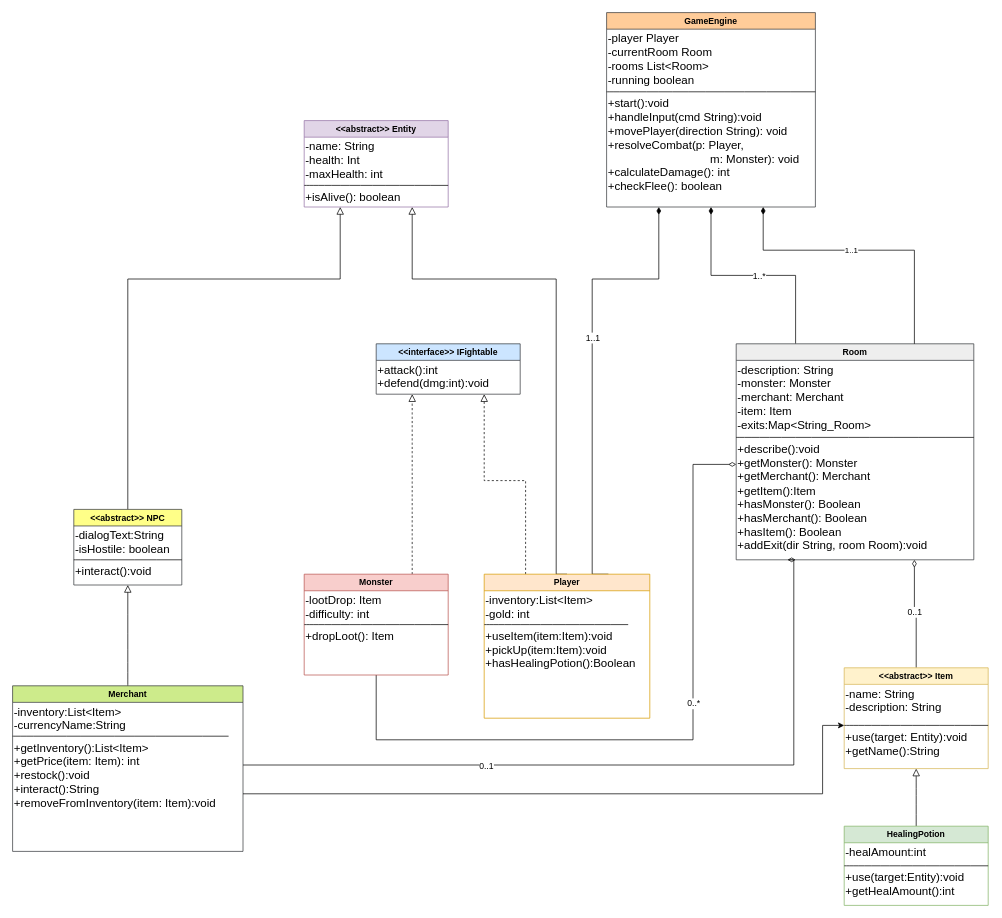
Above: Diagrams/DungeonAdventure_Klassendiagramm_Niels.drawio in V1perZerofy/uml_project (draw.io), before the change. Source tidied: cells renumbered, new cells numbered last; positions are measured from the earlier drawing's top-left corner, leaving out a move shared by most shapes. Both pictures are drawn from the tidied source at 72%, with x=0, y=0 at pixel (12, 12).
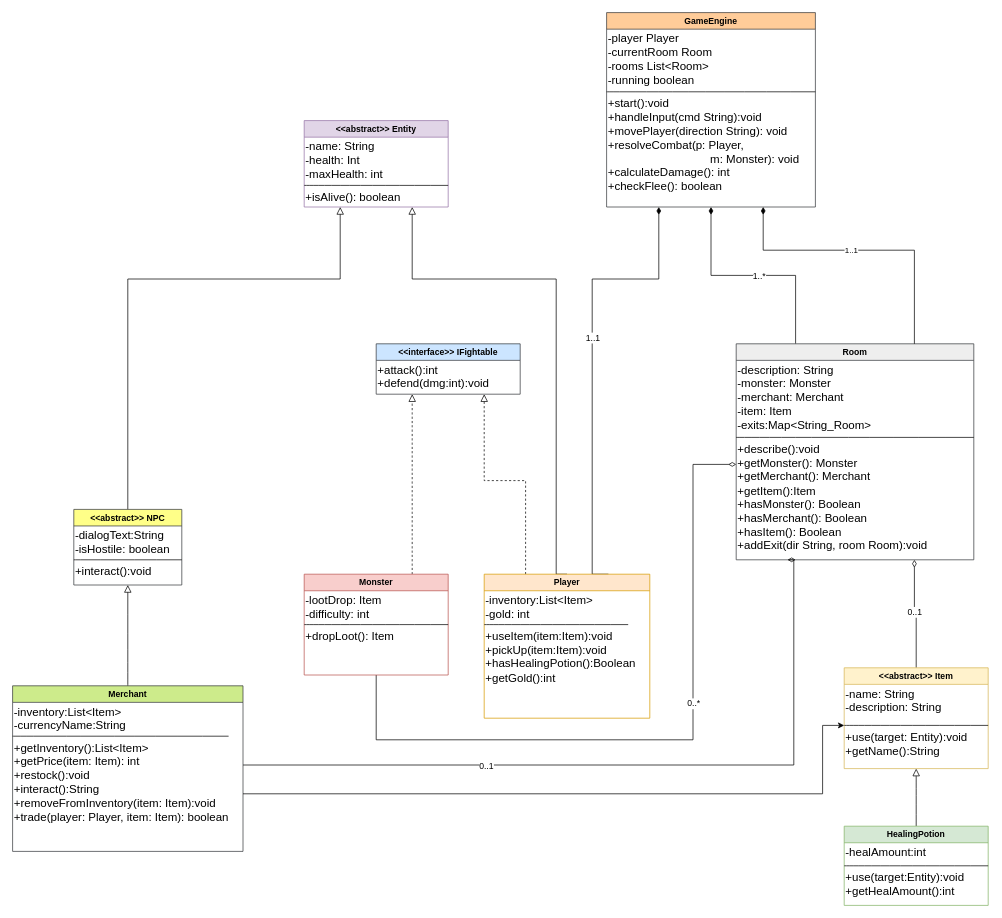
Above is the later version.

Commit message:
Removed Discrepancy between UML files

The change refers to these unchanged cells:
```xml
<mxCell id="17" value="Player" style="swimlane;whiteSpace=wrap;html=1;fillColor=#ffe6cc;strokeColor=#d79b00;" parent="1" vertex="1">
  <mxGeometry x="655" y="780" width="230" height="200" as="geometry" />
</mxCell>
<mxCell id="53" value="Merchant" style="swimlane;whiteSpace=wrap;html=1;fillColor=#cdeb8b;strokeColor=#36393d;" parent="1" vertex="1">
  <mxGeometry y="935" width="320" height="230" as="geometry" />
</mxCell>
```

Diff of the diagram source:
```diff
@@
-    <mxCell id="20" value="&lt;div&gt;+useItem(item:Item):void&lt;/div&gt;&lt;div&gt;+pickUp(item:Item):void&lt;/div&gt;&lt;div&gt;+hasHealingPotion():Boolean&lt;/div&gt;" style="text;html=1;whiteSpace=wrap;strokeColor=none;fillColor=none;align=left;verticalAlign=top;rounded=0;fontSize=16;" parent="17" vertex="1">
+    <mxCell id="20" value="&lt;div&gt;+useItem(item:Item):void&lt;/div&gt;&lt;div&gt;+pickUp(item:Item):void&lt;/div&gt;&lt;div&gt;+hasHealingPotion():Boolean&lt;/div&gt;&lt;div&gt;+getGold():int&lt;/div&gt;" style="text;html=1;whiteSpace=wrap;strokeColor=none;fillColor=none;align=left;verticalAlign=top;rounded=0;fontSize=16;" parent="17" vertex="1">
       <mxGeometry y="70" width="200" height="90" as="geometry" />
     </mxCell>
@@
-    <mxCell id="56" value="&lt;div&gt;+getInventory():List&amp;lt;Item&amp;gt;&lt;/div&gt;&lt;div&gt;+getPrice(item: Item): int&lt;/div&gt;&lt;div&gt;+restock():void&lt;/div&gt;&lt;div&gt;+interact():String&lt;/div&gt;&lt;div&gt;+removeFromInventory(item: Item):void&lt;/div&gt;" style="text;html=1;whiteSpace=wrap;strokeColor=none;fillColor=none;align=left;verticalAlign=top;rounded=0;fontSize=16;" parent="53" vertex="1">
+    <mxCell id="56" value="&lt;div&gt;+getInventory():List&amp;lt;Item&amp;gt;&lt;/div&gt;&lt;div&gt;+getPrice(item: Item): int&lt;/div&gt;&lt;div&gt;+restock():void&lt;/div&gt;&lt;div&gt;+interact():String&lt;/div&gt;&lt;div&gt;+removeFromInventory(item: Item):void&lt;/div&gt;&lt;div&gt;+trade(player: Player, item: Item): boolean&lt;/div&gt;" style="text;html=1;whiteSpace=wrap;strokeColor=none;fillColor=none;align=left;verticalAlign=top;rounded=0;fontSize=16;" parent="53" vertex="1">
       <mxGeometry y="70" width="320" height="160" as="geometry" />
     </mxCell>
```
